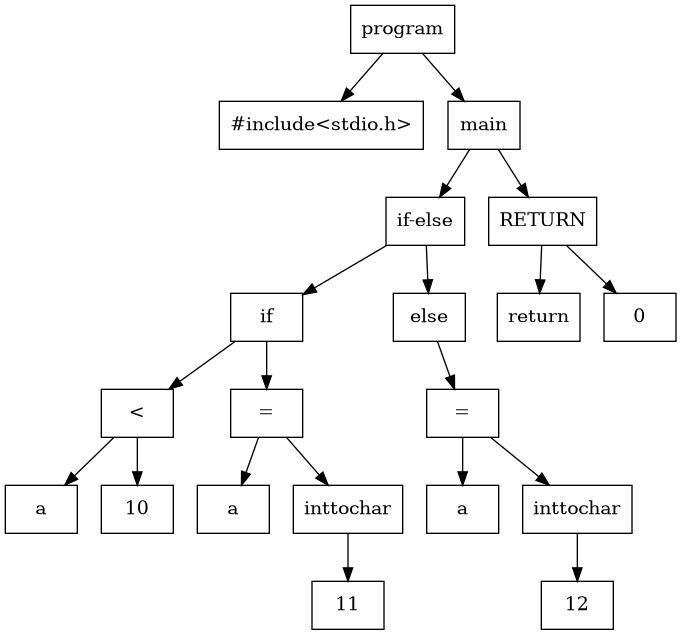
Above: src/static/parse_tree.png in amansinghrp/C-Compiler-Insight (Graphviz), before the change. Its source is kept beside it as src/parse_tree.dot. Source of this version:
```dot
digraph ParseTree {
  node [shape=box];
  "0x60d094ca6d30" [label="program"];
  "0x60d094ca6d30" -> "0x60d094ca6570";
  "0x60d094ca6570" [label="#include<stdio.h>"];
  "0x60d094ca6d30" -> "0x60d094ca6cf0";
  "0x60d094ca6cf0" [label="main"];
  "0x60d094ca6cf0" -> "0x60d094ca6b30";
  "0x60d094ca6b30" [label="if-else"];
  "0x60d094ca6b30" -> "0x60d094ca6af0";
  "0x60d094ca6af0" [label="if"];
  "0x60d094ca6af0" -> "0x60d094ca6750";
  "0x60d094ca6750" [label="<"];
  "0x60d094ca6750" -> "0x60d094ca6670";
  "0x60d094ca6670" [label="a"];
  "0x60d094ca6750" -> "0x60d094ca6710";
  "0x60d094ca6710" [label="10"];
  "0x60d094ca6af0" -> "0x60d094ca68b0";
  "0x60d094ca68b0" [label="="];
  "0x60d094ca68b0" -> "0x60d094ca6830";
  "0x60d094ca6830" [label="a"];
  "0x60d094ca68b0" -> "0x60d094ca6870";
  "0x60d094ca6870" [label="inttochar"];
  "0x60d094ca6870" -> "0x60d094ca67f0";
  "0x60d094ca67f0" [label="11"];
  "0x60d094ca6b30" -> "0x60d094ca6ab0";
  "0x60d094ca6ab0" [label="else"];
  "0x60d094ca6ab0" -> "0x60d094ca6a70";
  "0x60d094ca6a70" [label="="];
  "0x60d094ca6a70" -> "0x60d094ca69f0";
  "0x60d094ca69f0" [label="a"];
  "0x60d094ca6a70" -> "0x60d094ca6a30";
  "0x60d094ca6a30" [label="inttochar"];
  "0x60d094ca6a30" -> "0x60d094ca69b0";
  "0x60d094ca69b0" [label="12"];
  "0x60d094ca6cf0" -> "0x60d094ca6cb0";
  "0x60d094ca6cb0" [label="RETURN"];
  "0x60d094ca6cb0" -> "0x60d094ca6c70";
  "0x60d094ca6c70" [label="return"];
  "0x60d094ca6cb0" -> "0x60d094ca6c30";
  "0x60d094ca6c30" [label="0"];
}
```
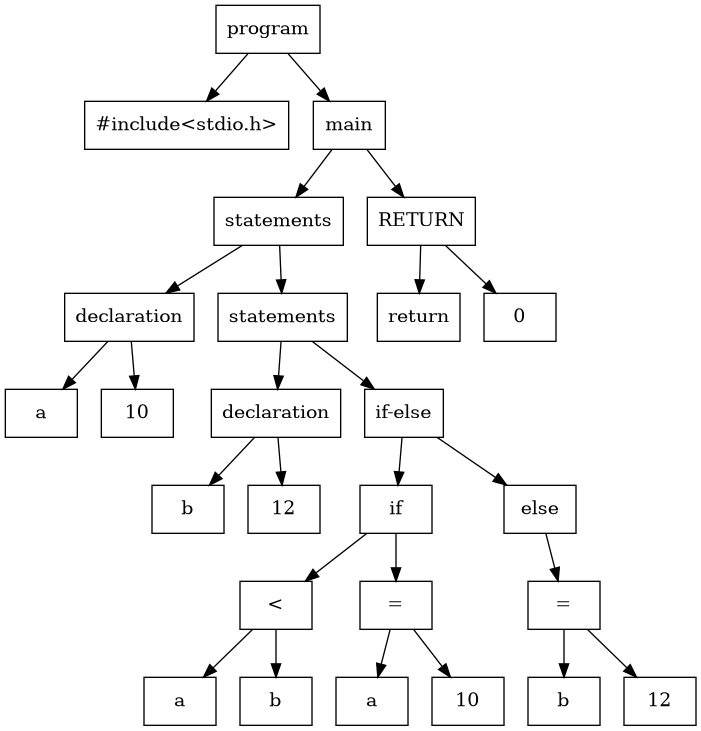
After the change.

Diff of the diagram source:
```diff
@@ -1,42 +1,54 @@
 digraph ParseTree {
   node [shape=box];
-  "0x60d094ca6d30" [label="program"];
-  "0x60d094ca6d30" -> "0x60d094ca6570";
-  "0x60d094ca6570" [label="#include<stdio.h>"];
-  "0x60d094ca6d30" -> "0x60d094ca6cf0";
-  "0x60d094ca6cf0" [label="main"];
-  "0x60d094ca6cf0" -> "0x60d094ca6b30";
-  "0x60d094ca6b30" [label="if-else"];
-  "0x60d094ca6b30" -> "0x60d094ca6af0";
-  "0x60d094ca6af0" [label="if"];
-  "0x60d094ca6af0" -> "0x60d094ca6750";
-  "0x60d094ca6750" [label="<"];
-  "0x60d094ca6750" -> "0x60d094ca6670";
-  "0x60d094ca6670" [label="a"];
-  "0x60d094ca6750" -> "0x60d094ca6710";
-  "0x60d094ca6710" [label="10"];
-  "0x60d094ca6af0" -> "0x60d094ca68b0";
-  "0x60d094ca68b0" [label="="];
-  "0x60d094ca68b0" -> "0x60d094ca6830";
-  "0x60d094ca6830" [label="a"];
-  "0x60d094ca68b0" -> "0x60d094ca6870";
-  "0x60d094ca6870" [label="inttochar"];
-  "0x60d094ca6870" -> "0x60d094ca67f0";
-  "0x60d094ca67f0" [label="11"];
-  "0x60d094ca6b30" -> "0x60d094ca6ab0";
-  "0x60d094ca6ab0" [label="else"];
-  "0x60d094ca6ab0" -> "0x60d094ca6a70";
-  "0x60d094ca6a70" [label="="];
-  "0x60d094ca6a70" -> "0x60d094ca69f0";
-  "0x60d094ca69f0" [label="a"];
-  "0x60d094ca6a70" -> "0x60d094ca6a30";
-  "0x60d094ca6a30" [label="inttochar"];
-  "0x60d094ca6a30" -> "0x60d094ca69b0";
-  "0x60d094ca69b0" [label="12"];
-  "0x60d094ca6cf0" -> "0x60d094ca6cb0";
-  "0x60d094ca6cb0" [label="RETURN"];
-  "0x60d094ca6cb0" -> "0x60d094ca6c70";
-  "0x60d094ca6c70" [label="return"];
-  "0x60d094ca6cb0" -> "0x60d094ca6c30";
-  "0x60d094ca6c30" [label="0"];
+  "0x6127c8023f10" [label="program"];
+  "0x6127c8023f10" -> "0x6127c8023570";
+  "0x6127c8023570" [label="#include<stdio.h>"];
+  "0x6127c8023f10" -> "0x6127c8023ed0";
+  "0x6127c8023ed0" [label="main"];
+  "0x6127c8023ed0" -> "0x6127c8023d10";
+  "0x6127c8023d10" [label="statements"];
+  "0x6127c8023d10" -> "0x6127c8023750";
+  "0x6127c8023750" [label="declaration"];
+  "0x6127c8023750" -> "0x6127c8023710";
+  "0x6127c8023710" [label="a"];
+  "0x6127c8023750" -> "0x6127c80236d0";
+  "0x6127c80236d0" [label="10"];
+  "0x6127c8023d10" -> "0x6127c8023cd0";
+  "0x6127c8023cd0" [label="statements"];
+  "0x6127c8023cd0" -> "0x6127c80238d0";
+  "0x6127c80238d0" [label="declaration"];
+  "0x6127c80238d0" -> "0x6127c8023890";
+  "0x6127c8023890" [label="b"];
+  "0x6127c80238d0" -> "0x6127c8023850";
+  "0x6127c8023850" [label="12"];
+  "0x6127c8023cd0" -> "0x6127c8023c90";
+  "0x6127c8023c90" [label="if-else"];
+  "0x6127c8023c90" -> "0x6127c8023c50";
+  "0x6127c8023c50" [label="if"];
+  "0x6127c8023c50" -> "0x6127c80239f0";
+  "0x6127c80239f0" [label="<"];
+  "0x6127c80239f0" -> "0x6127c8023970";
+  "0x6127c8023970" [label="a"];
+  "0x6127c80239f0" -> "0x6127c80239b0";
+  "0x6127c80239b0" [label="b"];
+  "0x6127c8023c50" -> "0x6127c8023ab0";
+  "0x6127c8023ab0" [label="="];
+  "0x6127c8023ab0" -> "0x6127c8023a70";
+  "0x6127c8023a70" [label="a"];
+  "0x6127c8023ab0" -> "0x6127c8023a30";
+  "0x6127c8023a30" [label="10"];
+  "0x6127c8023c90" -> "0x6127c8023c10";
+  "0x6127c8023c10" [label="else"];
+  "0x6127c8023c10" -> "0x6127c8023bd0";
+  "0x6127c8023bd0" [label="="];
+  "0x6127c8023bd0" -> "0x6127c8023b90";
+  "0x6127c8023b90" [label="b"];
+  "0x6127c8023bd0" -> "0x6127c8023b50";
+  "0x6127c8023b50" [label="12"];
+  "0x6127c8023ed0" -> "0x6127c8023e90";
+  "0x6127c8023e90" [label="RETURN"];
+  "0x6127c8023e90" -> "0x6127c8023e50";
+  "0x6127c8023e50" [label="return"];
+  "0x6127c8023e90" -> "0x6127c8023e10";
+  "0x6127c8023e10" [label="0"];
 }
```
